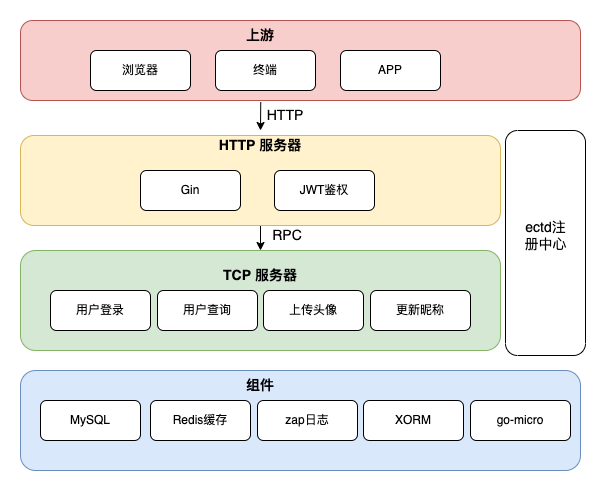
Before: 文档材料/entry_task架构图.drawio.png, a diagram exported from draw.io (DingYuan0118/et_task). Source tidied: cells renumbered, new cells last; positions are measured from the earlier drawing's top-left corner, leaving out a move shared by most shapes.
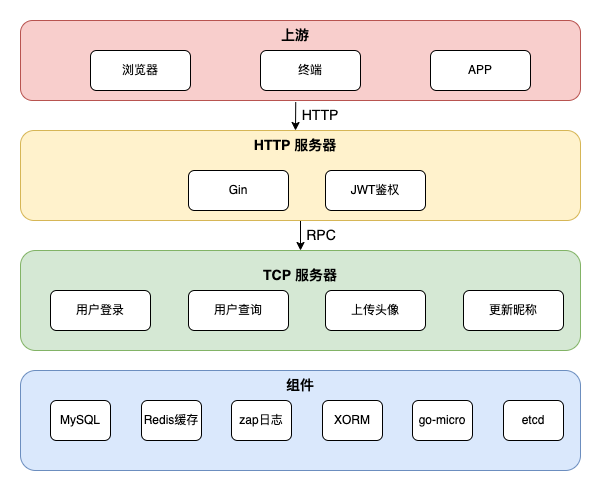
After the commit.

Diff of the diagram source:
```diff
@@ -6,85 +6,84 @@
       <mxGeometry y="350" width="560" height="100" as="geometry" />
     </mxCell>
     <mxCell id="3" value="组件" style="text;html=1;strokeColor=none;fillColor=none;align=center;verticalAlign=middle;whiteSpace=wrap;rounded=0;fontStyle=1;fontSize=14;" parent="1" vertex="1">
-      <mxGeometry x="210" y="350" width="60" height="30" as="geometry" />
+      <mxGeometry x="250" y="350" width="60" height="30" as="geometry" />
     </mxCell>
     <mxCell id="4" value="MySQL" style="rounded=1;whiteSpace=wrap;html=1;" parent="1" vertex="1">
-      <mxGeometry x="20" y="380" width="100" height="40" as="geometry" />
+      <mxGeometry x="30" y="380" width="60" height="40" as="geometry" />
     </mxCell>
     <mxCell id="5" value="Redis缓存" style="rounded=1;whiteSpace=wrap;html=1;" parent="1" vertex="1">
-      <mxGeometry x="130" y="380" width="100" height="40" as="geometry" />
+      <mxGeometry x="121" y="380" width="60" height="40" as="geometry" />
     </mxCell>
-    <mxCell id="6" style="rounded=1;whiteSpace=wrap;html=1;rotation=90;" parent="1" vertex="1">
-      <mxGeometry x="412.5" y="182.5" width="225" height="80" as="geometry" />
-    </mxCell>
     <mxCell id="7" value="zap日志" style="rounded=1;whiteSpace=wrap;html=1;" parent="1" vertex="1">
-      <mxGeometry x="237" y="380" width="100" height="40" as="geometry" />
+      <mxGeometry x="211" y="380" width="60" height="40" as="geometry" />
     </mxCell>
     <mxCell id="8" style="rounded=1;whiteSpace=wrap;html=1;fillColor=#d5e8d4;strokeColor=#82b366;" parent="1" vertex="1">
-      <mxGeometry y="230" width="480" height="100" as="geometry" />
+      <mxGeometry y="230" width="560" height="100" as="geometry" />
     </mxCell>
     <mxCell id="9" value="用户登录" style="rounded=1;whiteSpace=wrap;html=1;" parent="1" vertex="1">
       <mxGeometry x="30" y="270" width="100" height="40" as="geometry" />
     </mxCell>
     <mxCell id="10" value="用户查询&lt;span style=&quot;color: rgba(0, 0, 0, 0); font-family: monospace; font-size: 0px; text-align: start;&quot;&gt;%3CmxGraphModel%3E%3Croot%3E%3CmxCell%20id%3D%220%22%2F%3E%3CmxCell%20id%3D%221%22%20parent%3D%220%22%2F%3E%3CmxCell%20id%3D%222%22%20value%3D%22MySQL%22%20style%3D%22rounded%3D1%3BwhiteSpace%3Dwrap%3Bhtml%3D1%3B%22%20vertex%3D%221%22%20parent%3D%221%22%3E%3CmxGeometry%20x%3D%22180%22%20y%3D%22630%22%20width%3D%22100%22%20height%3D%2240%22%20as%3D%22geometry%22%2F%3E%3C%2FmxCell%3E%3C%2Froot%3E%3C%2FmxGraphModel%3E&lt;/span&gt;" style="rounded=1;whiteSpace=wrap;html=1;" parent="1" vertex="1">
-      <mxGeometry x="137" y="270" width="100" height="40" as="geometry" />
+      <mxGeometry x="168" y="270" width="100" height="40" as="geometry" />
     </mxCell>
     <mxCell id="11" value="上传头像" style="rounded=1;whiteSpace=wrap;html=1;" parent="1" vertex="1">
-      <mxGeometry x="243" y="270" width="100" height="40" as="geometry" />
+      <mxGeometry x="305" y="270" width="100" height="40" as="geometry" />
     </mxCell>
     <mxCell id="12" value="更新昵称" style="rounded=1;whiteSpace=wrap;html=1;" parent="1" vertex="1">
-      <mxGeometry x="350" y="270" width="100" height="40" as="geometry" />
+      <mxGeometry x="443" y="270" width="100" height="40" as="geometry" />
     </mxCell>
     <mxCell id="13" value="TCP 服务器" style="text;html=1;strokeColor=none;fillColor=none;align=center;verticalAlign=middle;whiteSpace=wrap;rounded=0;fontStyle=1;fontSize=14;" parent="1" vertex="1">
-      <mxGeometry x="200" y="240" width="80" height="30" as="geometry" />
+      <mxGeometry x="240" y="240" width="80" height="30" as="geometry" />
     </mxCell>
     <mxCell id="14" style="edgeStyle=orthogonalEdgeStyle;rounded=0;jettySize=auto;html=1;exitX=0.5;exitY=1;exitDx=0;exitDy=0;entryX=0.5;entryY=0;entryDx=0;entryDy=0;fontSize=14;" parent="1" edge="1" source="15" target="8">
       <mxGeometry relative="1" as="geometry" />
     </mxCell>
     <mxCell id="15" style="rounded=1;whiteSpace=wrap;html=1;fillColor=#fff2cc;strokeColor=#d6b656;" parent="1" vertex="1">
-      <mxGeometry y="115" width="480" height="90" as="geometry" />
+      <mxGeometry y="110" width="560" height="90" as="geometry" />
     </mxCell>
     <mxCell id="16" value="HTTP 服务器" style="text;html=1;strokeColor=none;fillColor=none;align=center;verticalAlign=middle;whiteSpace=wrap;rounded=0;fontStyle=1;fontSize=14;" parent="1" vertex="1">
-      <mxGeometry x="195" y="110" width="90" height="30" as="geometry" />
+      <mxGeometry x="230" y="110" width="90" height="30" as="geometry" />
     </mxCell>
     <mxCell id="17" style="rounded=1;whiteSpace=wrap;html=1;fontSize=14;fillColor=#f8cecc;strokeColor=#b85450;" parent="1" vertex="1">
       <mxGeometry width="560" height="80" as="geometry" />
     </mxCell>
     <mxCell id="18" value="上游" style="text;html=1;strokeColor=none;fillColor=none;align=center;verticalAlign=middle;whiteSpace=wrap;rounded=0;fontStyle=1;fontSize=14;" parent="1" vertex="1">
-      <mxGeometry x="195" width="90" height="30" as="geometry" />
+      <mxGeometry x="230" width="90" height="30" as="geometry" />
     </mxCell>
     <mxCell id="19" value="浏览器" style="rounded=1;whiteSpace=wrap;html=1;" parent="1" vertex="1">
       <mxGeometry x="70" y="30" width="100" height="40" as="geometry" />
     </mxCell>
     <mxCell id="20" value="终端" style="rounded=1;whiteSpace=wrap;html=1;" parent="1" vertex="1">
-      <mxGeometry x="195" y="30" width="100" height="40" as="geometry" />
+      <mxGeometry x="240" y="30" width="100" height="40" as="geometry" />
     </mxCell>
     <mxCell id="21" value="APP" style="rounded=1;whiteSpace=wrap;html=1;" parent="1" vertex="1">
-      <mxGeometry x="320" y="30" width="100" height="40" as="geometry" />
+      <mxGeometry x="410" y="30" width="100" height="40" as="geometry" />
     </mxCell>
     <mxCell id="22" value="RPC" style="text;html=1;strokeColor=none;fillColor=none;align=center;verticalAlign=middle;whiteSpace=wrap;rounded=0;fontSize=14;" parent="1" vertex="1">
-      <mxGeometry x="237" y="200" width="60" height="30" as="geometry" />
+      <mxGeometry x="271" y="200" width="60" height="30" as="geometry" />
     </mxCell>
     <mxCell id="23" value="Gin" style="rounded=1;whiteSpace=wrap;html=1;" parent="1" vertex="1">
-      <mxGeometry x="120" y="150" width="100" height="40" as="geometry" />
+      <mxGeometry x="168" y="150" width="100" height="40" as="geometry" />
     </mxCell>
     <mxCell id="24" value="JWT鉴权" style="rounded=1;whiteSpace=wrap;html=1;" parent="1" vertex="1">
-      <mxGeometry x="254" y="150" width="100" height="40" as="geometry" />
+      <mxGeometry x="305" y="150" width="100" height="40" as="geometry" />
     </mxCell>
-    <mxCell id="25" value="ectd注册中心" style="text;html=1;strokeColor=none;fillColor=none;align=center;verticalAlign=middle;whiteSpace=wrap;rounded=0;fontSize=14;" parent="1" vertex="1">
-      <mxGeometry x="502.5" y="200" width="45" height="30" as="geometry" />
-    </mxCell>
-    <mxCell id="26" style="endArrow=classic;html=1;rounded=0;fontSize=14;exitX=0.429;exitY=1.019;exitDx=0;exitDy=0;exitPerimeter=0;entryX=0.5;entryY=0;entryDx=0;entryDy=0;" parent="1" edge="1" source="17" target="16">
-      <mxGeometry relative="1" as="geometry" />
+    <mxCell id="26" style="endArrow=classic;html=1;rounded=0;fontSize=14;exitX=0.429;exitY=1.019;exitDx=0;exitDy=0;exitPerimeter=0;entryX=0.5;entryY=0;entryDx=0;entryDy=0;" parent="1" edge="1" target="16">
+      <mxGeometry relative="1" as="geometry">
+        <mxPoint x="275.2" y="81.5" as="sourcePoint" />
+      </mxGeometry>
     </mxCell>
     <mxCell id="27" value="HTTP" style="text;html=1;strokeColor=none;fillColor=none;align=center;verticalAlign=middle;whiteSpace=wrap;rounded=0;fontSize=14;" parent="1" vertex="1">
-      <mxGeometry x="235" y="80" width="60" height="30" as="geometry" />
+      <mxGeometry x="270" y="80" width="60" height="30" as="geometry" />
     </mxCell>
     <mxCell id="28" value="XORM" style="rounded=1;whiteSpace=wrap;html=1;" parent="1" vertex="1">
-      <mxGeometry x="343" y="380" width="100" height="40" as="geometry" />
+      <mxGeometry x="302" y="380" width="60" height="40" as="geometry" />
     </mxCell>
     <mxCell id="29" value="go-micro" style="rounded=1;whiteSpace=wrap;html=1;" parent="1" vertex="1">
-      <mxGeometry x="450" y="380" width="100" height="40" as="geometry" />
+      <mxGeometry x="392" y="380" width="60" height="40" as="geometry" />
     </mxCell>
+    <mxCell id="30" value="etcd" style="rounded=1;whiteSpace=wrap;html=1;" parent="1" vertex="1">
+      <mxGeometry x="483" y="380" width="60" height="40" as="geometry" />
+    </mxCell>
   </root>
 </mxGraphModel>
```
